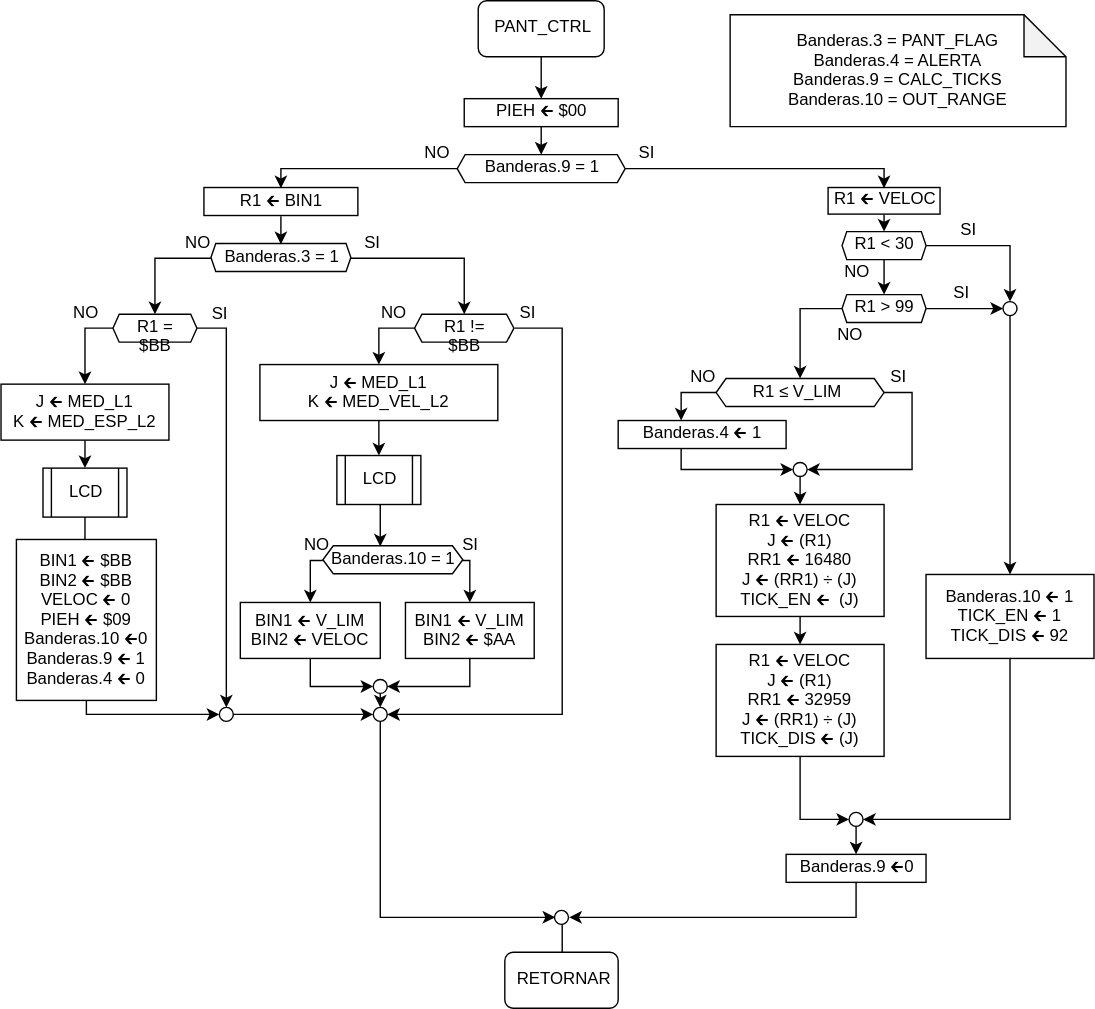
Above: PROYECTO/diagrams_svg/PANT_CTRL.svg in slealq/micros (draw.io), before the change. Source tidied: cells renumbered, new cells last; positions are measured from the earlier drawing's top-left corner, leaving out a move shared by most shapes.
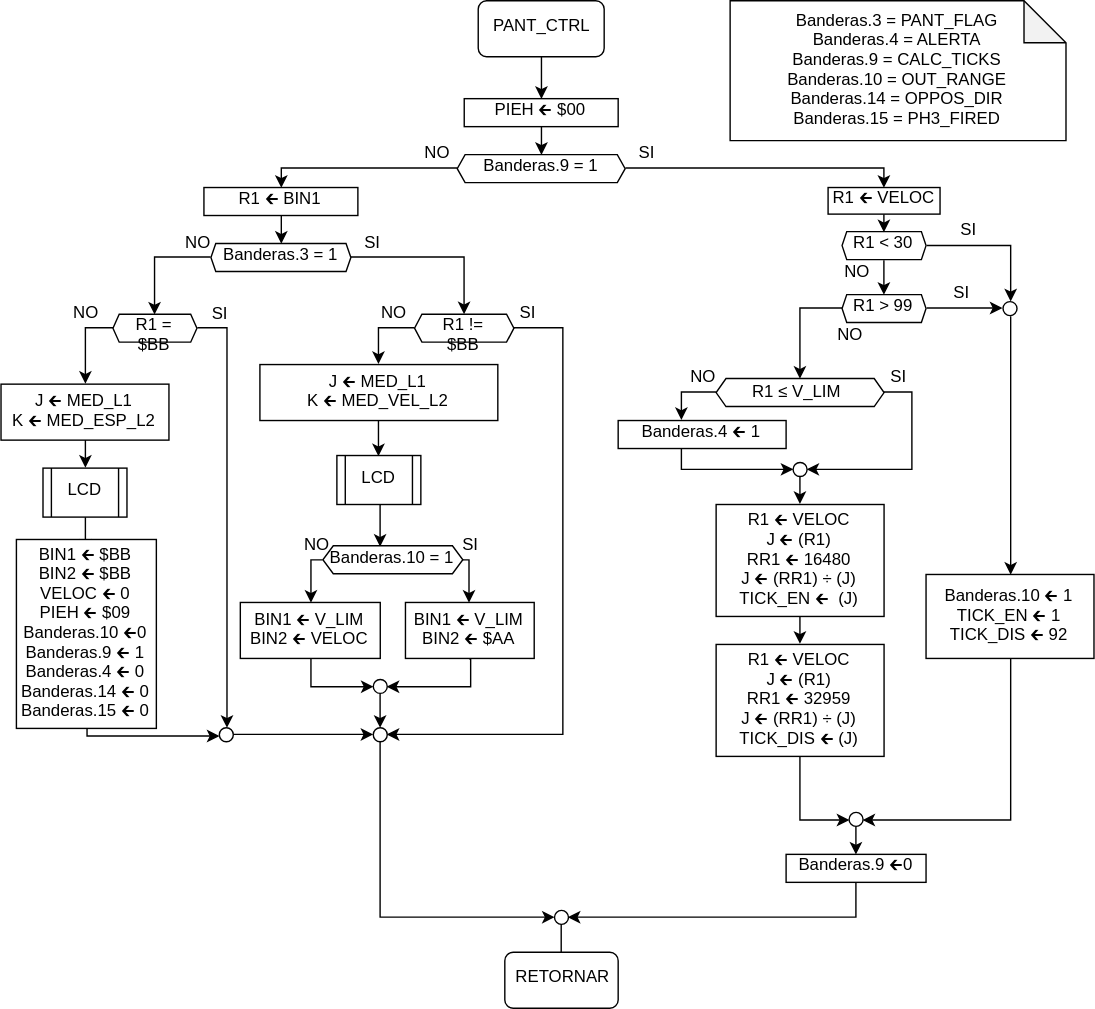
Above is the later version.

Diff of the diagram source:
```diff
@@ -150,7 +150,7 @@
       <mxGeometry relative="1" as="geometry">
         <Array as="points">
           <mxPoint x="401" y="234" />
-          <mxPoint x="401" y="510" />
+          <mxPoint x="401" y="524" />
         </Array>
       </mxGeometry>
     </mxCell>
@@ -220,21 +220,21 @@
     <mxCell id="63" value="LCD" style="shape=process;whiteSpace=wrap;html=1;backgroundOutline=1;" parent="1" vertex="1">
       <mxGeometry x="30" y="334" width="60" height="35" as="geometry" />
     </mxCell>
-    <mxCell id="64" style="edgeStyle=orthogonalEdgeStyle;rounded=0;jettySize=auto;html=1;exitX=0.5;exitY=1;exitDx=0;exitDy=0;entryX=0;entryY=0.5;entryDx=0;entryDy=0;" parent="1" edge="1" source="65" target="73">
+    <mxCell id="64" style="edgeStyle=orthogonalEdgeStyle;rounded=0;jettySize=auto;html=1;exitX=0.5;exitY=1;exitDx=0;exitDy=0;" parent="1" edge="1" source="65" target="73">
       <mxGeometry relative="1" as="geometry">
         <Array as="points">
-          <mxPoint x="61" y="510" />
+          <mxPoint x="61" y="525" />
         </Array>
       </mxGeometry>
     </mxCell>
-    <mxCell id="65" value="BIN1 🡰 $BB&#10;BIN2 🡰 $BB&#10;VELOC 🡰 0&#10;PIEH 🡰 $09&#10;Banderas.10 🡰0 &#10;Banderas.9 🡰 1&#10;Banderas.4 🡰 0" style="rounded=0;" parent="1" vertex="1">
-      <mxGeometry x="11" y="385" width="100" height="115" as="geometry" />
+    <mxCell id="65" value="BIN1 🡰 $BB&#10;BIN2 🡰 $BB&#10;VELOC 🡰 0&#10;PIEH 🡰 $09&#10;Banderas.10 🡰0 &#10;Banderas.9 🡰 1&#10;Banderas.4 🡰 0&#10;Banderas.14 🡰 0&#10;Banderas.15 🡰 0" style="rounded=0;" parent="1" vertex="1">
+      <mxGeometry x="11" y="385" width="100" height="135" as="geometry" />
     </mxCell>
     <mxCell id="66" style="edgeStyle=orthogonalEdgeStyle;rounded=0;jettySize=auto;html=1;exitX=0.5;exitY=1;exitDx=0;exitDy=0;entryX=0;entryY=0.5;entryDx=0;entryDy=0;" parent="1" edge="1" source="67" target="69">
       <mxGeometry relative="1" as="geometry" />
     </mxCell>
     <mxCell id="67" style="ellipse;whiteSpace=wrap;align=center;html=1;" parent="1" vertex="1">
-      <mxGeometry x="266" y="505" width="10" height="10" as="geometry" />
+      <mxGeometry x="266" y="519.5" width="10" height="10" as="geometry" />
     </mxCell>
     <mxCell id="68" style="edgeStyle=orthogonalEdgeStyle;rounded=0;jettySize=auto;html=1;exitX=0.5;exitY=1;exitDx=0;exitDy=0;entryX=0.5;entryY=0;entryDx=0;entryDy=0;" parent="1" edge="1" source="69">
       <mxGeometry relative="1" as="geometry">
@@ -254,7 +254,7 @@
       <mxGeometry relative="1" as="geometry" />
     </mxCell>
     <mxCell id="73" style="ellipse;whiteSpace=wrap;align=center;html=1;" parent="1" vertex="1">
-      <mxGeometry x="156" y="505" width="10" height="10" as="geometry" />
+      <mxGeometry x="156" y="519.5" width="10" height="10" as="geometry" />
     </mxCell>
     <mxCell id="74" style="edgeStyle=orthogonalEdgeStyle;rounded=0;jettySize=auto;html=1;exitX=0.5;exitY=1;exitDx=0;exitDy=0;entryX=0.5;entryY=0;entryDx=0;entryDy=0;" parent="1" edge="1" source="75" target="8">
       <mxGeometry relative="1" as="geometry" />
@@ -268,8 +268,8 @@
     <mxCell id="77" value="R1 🡰 BIN1" style="rounded=0;whiteSpace=wrap;html=1;" parent="1" vertex="1">
       <mxGeometry x="145" y="133.5" width="110" height="20" as="geometry" />
     </mxCell>
-    <mxCell id="78" value="Banderas.3 = PANT_FLAG&#10;Banderas.4 = ALERTA&#10;Banderas.9 = CALC_TICKS&#10;Banderas.10 = OUT_RANGE" style="shape=note;backgroundOutline=1;darkOpacity=0.05;" parent="1" vertex="1">
-      <mxGeometry x="521" y="10" width="240" height="80" as="geometry" />
+    <mxCell id="78" value="Banderas.3 = PANT_FLAG&#10;Banderas.4 = ALERTA&#10;Banderas.9 = CALC_TICKS&#10;Banderas.10 = OUT_RANGE&#10;Banderas.14 = OPPOS_DIR&#10;Banderas.15 = PH3_FIRED" style="shape=note;backgroundOutline=1;darkOpacity=0.05;" parent="1" vertex="1">
+      <mxGeometry x="521" width="240" height="100" as="geometry" />
     </mxCell>
     <mxCell id="79" style="edgeStyle=orthogonalEdgeStyle;rounded=0;orthogonalLoop=1;jettySize=auto;html=1;exitX=0.5;exitY=1;exitDx=0;exitDy=0;entryX=0.5;entryY=0;entryDx=0;entryDy=0;" parent="1" edge="1">
       <mxGeometry relative="1" as="geometry">
```
